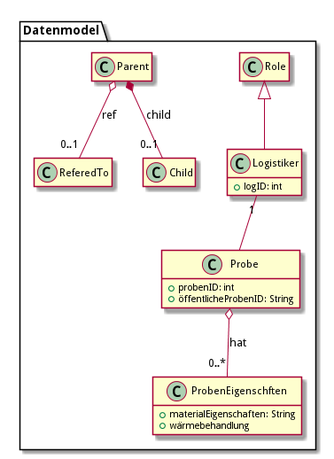
This is doc/UML/datenModel.png from fkehlenb/softwareprojekt-2, a PlantUML export, as it was before one commit. The source it was exported from:
```plantuml
@startuml

package Datenmodel {

class Role {

}

class Logistiker {

+logID: int

}

class Probe {
+probenID: int
+öffentlicheProbenID: String
}

class ProbenEigenschften {
+materialEigenschaften: String
+wärmebehandlung
}

Role <|-- Logistiker
Logistiker "1" -- Probe
Probe o-- "0..*"ProbenEigenschften : hat

hide empty members
Parent o-- "0..1"ReferedTo : ref
Parent *-- "0..1" Child : child

@enduml
```
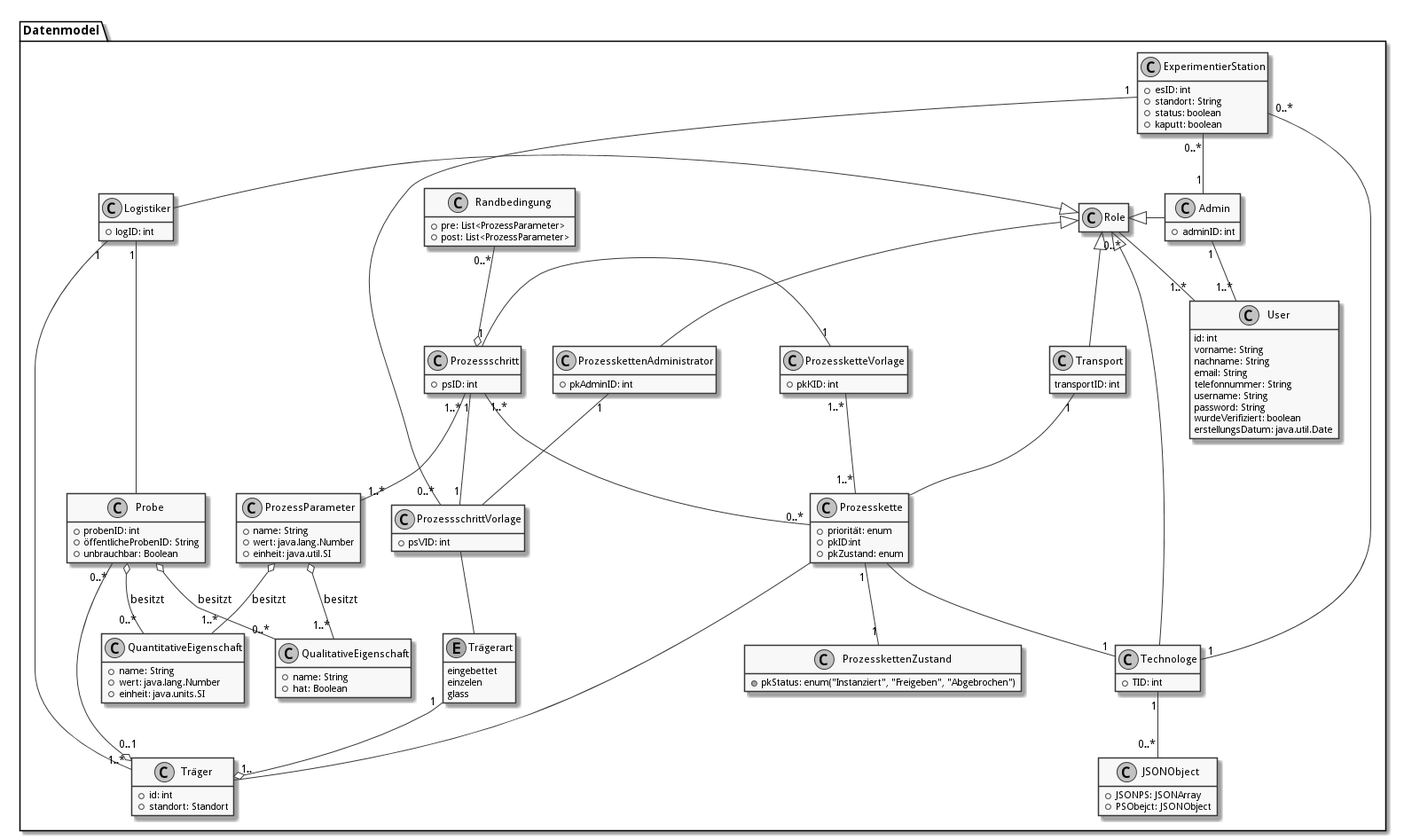
Above is the later version.

Commit message:
merge plant	uml into master

Change to the diagram source:
```diff
@@ -1,33 +1,161 @@
 @startuml
+skinparam monochrome true
+skinparam componentStyle uml2
+
+hide empty members
 
 package Datenmodel {
-
 class Role {
-
 }
 
 class Logistiker {
++logID: int
+}
 
-+logID: int
+class User {
+id: int
+vorname: String
+nachname: String
+email: String
+telefonnummer: String
+username: String
+password: String
+wurdeVerifiziert: boolean
+erstellungsDatum: java.util.Date
+}
 
+class Admin {
++adminID: int
+}
+
+class "ProzesskettenAdministrator" as pkAdmin {
++pkAdminID: int
+}
+
+class "Technologe" as t {
++TID: int
+}
+
+class "Transport" as transport {
+transportID: int
 }
 
 class Probe {
 +probenID: int
 +öffentlicheProbenID: String
++unbrauchbar: Boolean
 }
 
-class ProbenEigenschften {
-+materialEigenschaften: String
-+wärmebehandlung
+class Träger {
++id: int
++standort: Standort
 }
 
-Role <|-- Logistiker
+enum Trägerart {
+eingebettet
+einzelen
+glass
+}
+
+class "QualitativeEigenschaft" as qualE {
++name: String
++hat: Boolean
+}
+
+class "QuantitativeEigenschaft" as quantE {
++name: String
++wert: java.lang.Number
++einheit: java.units.SI
+}
+
+together {
+class "Prozessschritt" as ps {
++psID: int
+}
+
+class "ProzessschrittVorlage" as psV {
++psVID: int
+}
+
+class "ProzessParameter" as pp {
++name: String
++wert: java.lang.Number
++einheit: java.util.SI
+}
+}
+
+together {
+class "Prozesskette" as pk {
++priorität: enum
++pkID:int
++pkZustand: enum
+}
+
+class "ProzessketteVorlage" as pkV {
++pkKID: int
+}
+
+class "ProzesskettenZustand" as pkZ {
++pkStatus: enum("Instanziert", "Freigeben", "Abgebrochen")
+}
+}
+class "ExperimentierStation" as es {
++esID: int
++standort: String
++status: boolean
++kaputt: boolean
+}
+
+class "Randbedingung" as rb {
++pre: List<ProzessParameter>
++post: List<ProzessParameter>
+}
+
+class JSONObject {
++JSONPS: JSONArray
++PSObejct: JSONObject
+}
+
+Role <|-left- Logistiker
+Role "0..*"-left-"1..*" User
+Role <|-right- Admin
+Role <|-right- t
+Role <|-- transport
+
 Logistiker "1" -- Probe
-Probe o-- "0..*"ProbenEigenschften : hat
+Logistiker "1" -- "1..*" Träger
+Probe o-- "0..*"quantE : besitzt
+Probe o-- "0..*"qualE : besitzt
+Trägerart"1" --o "1.." Träger
+Probe "0..*"--o "0..1" Träger
 
-hide empty members
-Parent o-- "0..1"ReferedTo : ref
-Parent *-- "0..1" Child : child
+Admin "1" -- "1..*" User
 
+Role <|-- pkAdmin
+pkAdmin "1" -- psV
+
+psV -- Trägerart
+ps "1"--"1" psV
+ps "1..*" -- "0..*" pk
+
+pkV "1" -- "1" ps
+pkV "1..*" -- "1..*" pk
+
+pk "1" -- "1" pkZ
+pk -- Träger
+pk -- "1" t
+
+ps "1..*" -- "1..*" pp
+pp o-- "1..*" qualE: besitzt
+pp o-- "1..*" quantE: besitzt
+
+es "0..*" -- "1" Admin
+es "1" -- "0..*" psV
+es "0..*" -- "1" t
+
+transport "1" -- pk
+
+rb "0..*" --o ps
+
+t "1" -down- "0..*" JSONObject
 @enduml
```
